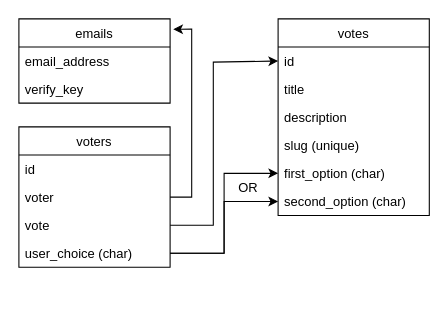
Earlier version of the draw.io diagram diagrams/db.drawio (behnambm/vote-app-api). Source tidied: cells renumbered, new cells numbered last; positions are measured from the earlier drawing's top-left corner, leaving out a move shared by most shapes. Both pictures are drawn from the tidied source at 108%, with x=0, y=0 at pixel (18, 18).
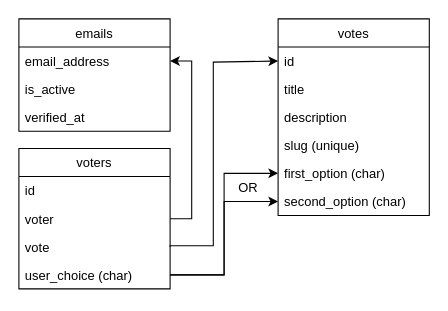
Above is the later version.

Unchanged cells that the change refers to:
```xml
<mxCell id="3" value="email_address" style="text;strokeColor=none;fillColor=none;align=left;verticalAlign=top;spacingLeft=4;spacingRight=4;overflow=hidden;points=[[0,0.5],[1,0.5]];portConstraint=eastwest;" parent="2" vertex="1">
  <mxGeometry y="26" width="140" height="26" as="geometry" />
</mxCell>
<mxCell id="6" value="id" style="text;strokeColor=none;fillColor=none;align=left;verticalAlign=top;spacingLeft=4;spacingRight=4;overflow=hidden;points=[[0,0.5],[1,0.5]];portConstraint=eastwest;" parent="5" vertex="1">
  <mxGeometry y="26" width="140" height="26" as="geometry" />
</mxCell>
<mxCell id="14" value="voter" style="text;strokeColor=none;fillColor=none;align=left;verticalAlign=top;spacingLeft=4;spacingRight=4;overflow=hidden;points=[[0,0.5],[1,0.5]];portConstraint=eastwest;" parent="12" vertex="1">
  <mxGeometry y="52" width="140" height="26" as="geometry" />
</mxCell>
<mxCell id="15" value="vote" style="text;strokeColor=none;fillColor=none;align=left;verticalAlign=top;spacingLeft=4;spacingRight=4;overflow=hidden;points=[[0,0.5],[1,0.5]];portConstraint=eastwest;" parent="12" vertex="1">
  <mxGeometry y="78" width="140" height="26" as="geometry" />
</mxCell>
```

Diff of the diagram source:
```diff
@@
     <mxCell id="2" value="emails" style="swimlane;fontStyle=0;horizontal=1;startSize=26;" parent="1" vertex="1">
-      <mxGeometry width="140" height="78" as="geometry" />
+      <mxGeometry width="140" height="104" as="geometry" />
     </mxCell>
@@
-    <mxCell id="4" value="verify_key" style="text;strokeColor=none;fillColor=none;align=left;verticalAlign=top;spacingLeft=4;spacingRight=4;overflow=hidden;" parent="2" vertex="1">
+    <mxCell id="4" value="is_active" style="text;strokeColor=none;fillColor=none;align=left;verticalAlign=top;spacingLeft=4;spacingRight=4;overflow=hidden;" parent="2" vertex="1">
       <mxGeometry y="52" width="140" height="26" as="geometry" />
     </mxCell>
+    <mxCell id="22" value="verified_at" style="text;strokeColor=none;fillColor=none;align=left;verticalAlign=top;spacingLeft=4;spacingRight=4;overflow=hidden;" parent="2" vertex="1">
+      <mxGeometry y="78" width="140" height="26" as="geometry" />
+    </mxCell>
@@
     <mxCell id="12" value="voters" style="swimlane;fontStyle=0;horizontal=1;startSize=26;" parent="1" vertex="1">
-      <mxGeometry y="100" width="140" height="130" as="geometry" />
+      <mxGeometry y="120" width="140" height="130" as="geometry" />
     </mxCell>
@@
-    <mxCell id="17" style="edgeStyle=orthogonalEdgeStyle;rounded=0;jettySize=auto;html=1;exitX=1;exitY=0.5;exitDx=0;exitDy=0;entryX=1.021;entryY=0.122;entryDx=0;entryDy=0;entryPerimeter=0;" parent="1" edge="1" source="14" target="2">
-      <mxGeometry relative="1" as="geometry">
-        <Array as="points">
-          <mxPoint x="160" y="165" />
-          <mxPoint x="160" y="10" />
-        </Array>
-      </mxGeometry>
-    </mxCell>
     <mxCell id="18" style="edgeStyle=orthogonalEdgeStyle;rounded=0;jettySize=auto;html=1;entryX=0;entryY=0.5;entryDx=0;entryDy=0;exitX=1;exitY=0.5;exitDx=0;exitDy=0;" parent="1" edge="1" source="15" target="6">
       <mxGeometry relative="1" as="geometry">
         <Array as="points">
-          <mxPoint x="180" y="191" />
+          <mxPoint x="140" y="210" />
+          <mxPoint x="180" y="210" />
           <mxPoint x="180" y="40" />
         </Array>
       </mxGeometry>
     </mxCell>
@@
+    <mxCell id="23" style="edgeStyle=orthogonalEdgeStyle;rounded=0;jettySize=auto;html=1;exitX=1;exitY=0.5;exitDx=0;exitDy=0;entryX=1;entryY=0.5;entryDx=0;entryDy=0;" parent="1" edge="1" source="14" target="3">
+      <mxGeometry relative="1" as="geometry" />
+    </mxCell>
```
